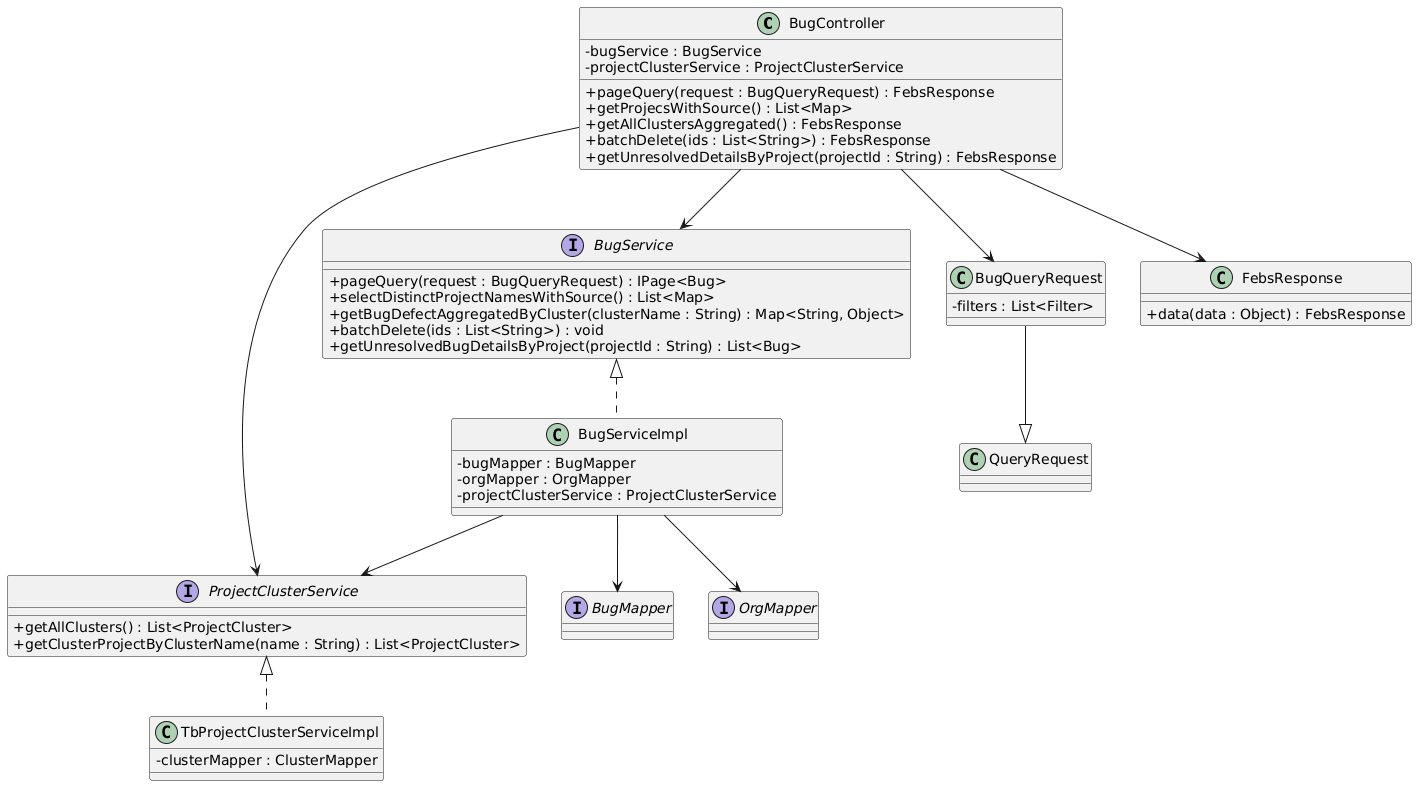
Before: imgs/cLass/缺陷管理类图.png, a diagram exported from PlantUML (Moon-Knight1/SEU-Graduation-Thesis-Template).
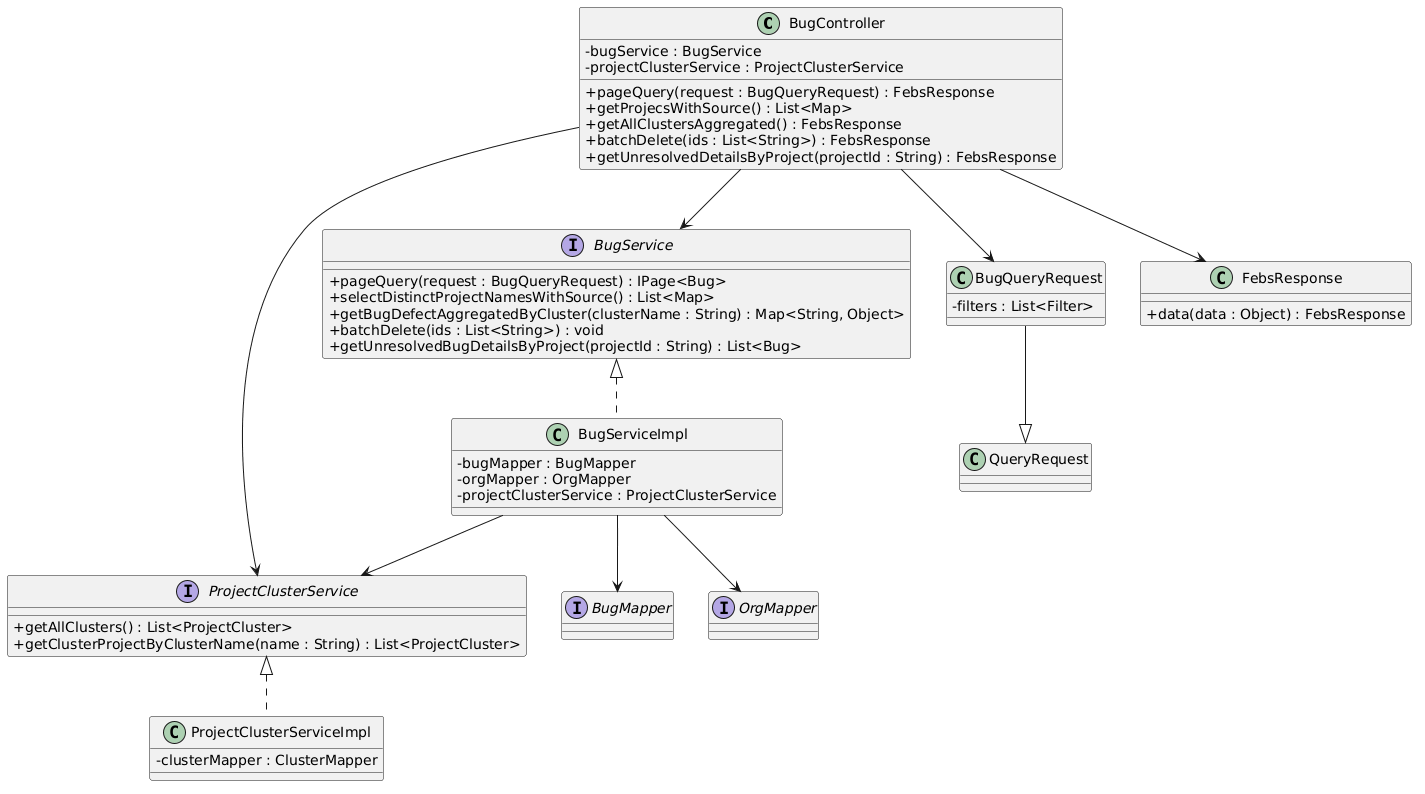
After the change.

What changed in the source:
```diff
@@ -33,7 +33,7 @@
 interface BugMapper{}
 interface OrgMapper{}
 
-class TbProjectClusterServiceImpl {
+class ProjectClusterServiceImpl {
     - clusterMapper : ClusterMapper
 }
 
@@ -54,7 +54,7 @@
 BugController --> FebsResponse
 
 BugService <|.. BugServiceImpl
-ProjectClusterService <|.. TbProjectClusterServiceImpl
+ProjectClusterService <|.. ProjectClusterServiceImpl
 
 BugServiceImpl --> BugMapper
 BugServiceImpl --> OrgMapper
```
